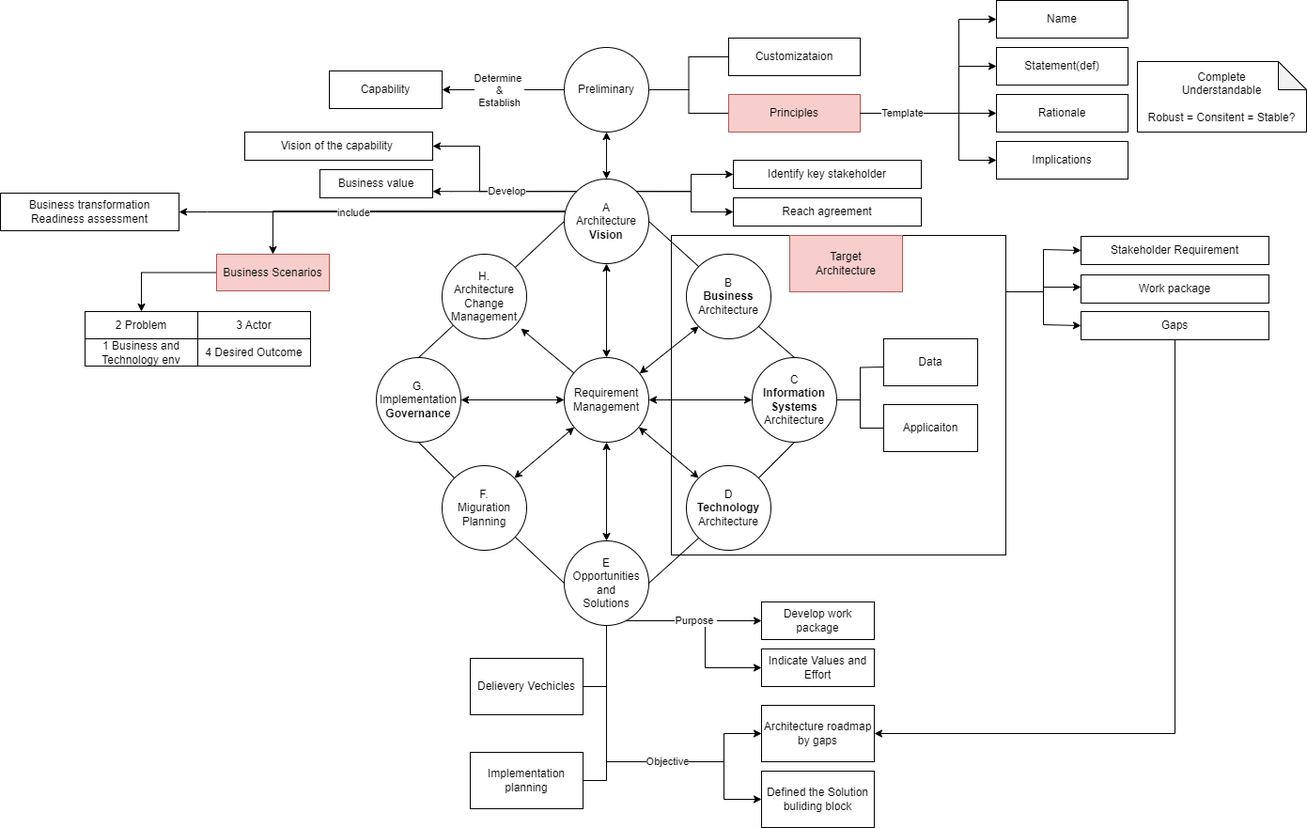
Before: drawio/Togaf/adm.drawio.png, a diagram exported from draw.io (cmkam/architecture). Source tidied: cells renumbered, new cells last; positions are measured from the earlier drawing's top-left corner, leaving out a move shared by most shapes.
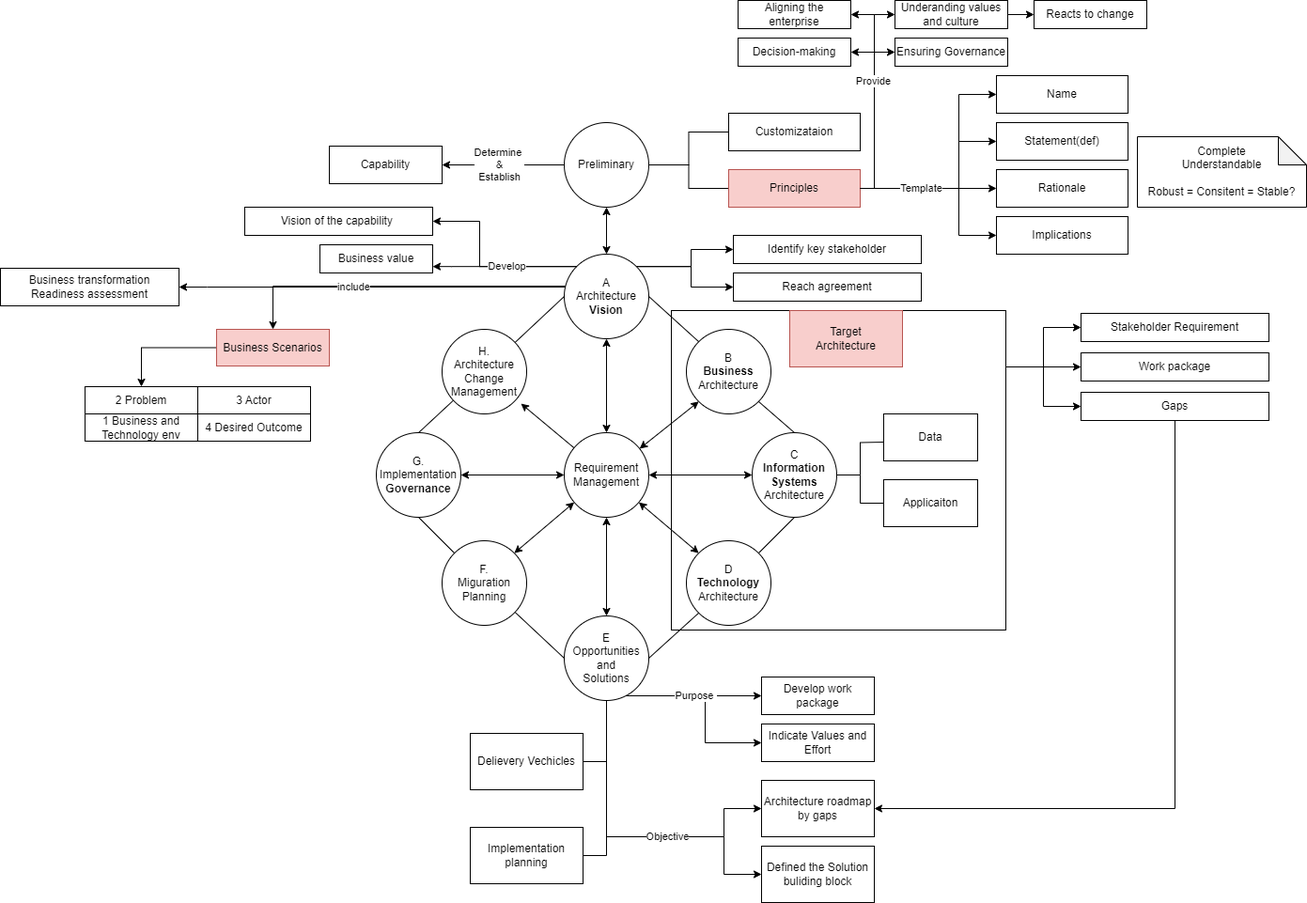
Above is the later version.

What changed in the source:
```diff
@@ -2,30 +2,6 @@
   <root>
     <mxCell id="0" />
     <mxCell id="1" value="area" parent="0" />
-    <mxCell id="2" style="edgeStyle=orthogonalEdgeStyle;rounded=0;jettySize=auto;html=1;entryX=0;entryY=0.5;entryDx=0;entryDy=0;" parent="1" edge="1" source="5" target="69">
-      <mxGeometry relative="1" as="geometry">
-        <Array as="points">
-          <mxPoint x="1110" y="310" />
-          <mxPoint x="1110" y="265" />
-        </Array>
-      </mxGeometry>
-    </mxCell>
-    <mxCell id="3" style="edgeStyle=orthogonalEdgeStyle;rounded=0;jettySize=auto;html=1;" parent="1" edge="1" source="5" target="71">
-      <mxGeometry relative="1" as="geometry">
-        <Array as="points">
-          <mxPoint x="1110" y="310" />
-          <mxPoint x="1110" y="305" />
-        </Array>
-      </mxGeometry>
-    </mxCell>
-    <mxCell id="4" style="edgeStyle=orthogonalEdgeStyle;rounded=0;jettySize=auto;html=1;entryX=0;entryY=0.5;entryDx=0;entryDy=0;" parent="1" edge="1" source="5" target="70">
-      <mxGeometry relative="1" as="geometry">
-        <Array as="points">
-          <mxPoint x="1110" y="310" />
-          <mxPoint x="1110" y="345" />
-        </Array>
-      </mxGeometry>
-    </mxCell>
     <mxCell id="5" style="rounded=0;whiteSpace=wrap;html=1;" parent="1" vertex="1">
       <mxGeometry x="714" y="250" width="356" height="340" as="geometry" />
     </mxCell>
@@ -47,13 +23,6 @@
     <mxCell id="9" value="Defined the Solution buliding block" style="rounded=0;whiteSpace=wrap;html=1;" parent="1" vertex="1">
       <mxGeometry x="810" y="820" width="120" height="60" as="geometry" />
     </mxCell>
-    <mxCell id="10" style="edgeStyle=orthogonalEdgeStyle;rounded=0;jettySize=auto;html=1;entryX=1;entryY=0.5;entryDx=0;entryDy=0;" parent="1" edge="1" source="70" target="7">
-      <mxGeometry relative="1" as="geometry">
-        <Array as="points">
-          <mxPoint x="1250" y="780" />
-        </Array>
-      </mxGeometry>
-    </mxCell>
     <mxCell id="11" value="Develop work package" style="rounded=0;whiteSpace=wrap;html=1;" parent="1" vertex="1">
       <mxGeometry x="810" y="640" width="120" height="40" as="geometry" />
     </mxCell>
@@ -247,6 +216,41 @@
     <mxCell id="59" value="Requirement&lt;br&gt;Management" style="ellipse;whiteSpace=wrap;html=1;" parent="14" vertex="1">
       <mxGeometry x="600" y="380" width="90" height="90" as="geometry" />
     </mxCell>
+    <mxCell id="89" style="edgeStyle=orthogonalEdgeStyle;rounded=0;jettySize=auto;html=1;entryX=1;entryY=0.5;entryDx=0;entryDy=0;" parent="14" edge="1" source="60" target="94">
+      <mxGeometry relative="1" as="geometry">
+        <Array as="points">
+          <mxPoint x="930" y="120" />
+          <mxPoint x="930" y="-25" />
+        </Array>
+      </mxGeometry>
+    </mxCell>
+    <mxCell id="90" style="edgeStyle=orthogonalEdgeStyle;rounded=0;jettySize=auto;html=1;entryX=1;entryY=0.5;entryDx=0;entryDy=0;" parent="14" edge="1" source="60" target="95">
+      <mxGeometry relative="1" as="geometry">
+        <Array as="points">
+          <mxPoint x="930" y="120" />
+          <mxPoint x="930" y="-65" />
+        </Array>
+      </mxGeometry>
+    </mxCell>
+    <mxCell id="91" style="edgeStyle=orthogonalEdgeStyle;rounded=0;jettySize=auto;html=1;entryX=0;entryY=0.5;entryDx=0;entryDy=0;" parent="14" edge="1" source="60" target="96">
+      <mxGeometry relative="1" as="geometry">
+        <Array as="points">
+          <mxPoint x="930" y="120" />
+          <mxPoint x="930" y="-25" />
+        </Array>
+      </mxGeometry>
+    </mxCell>
+    <mxCell id="92" style="edgeStyle=orthogonalEdgeStyle;rounded=0;jettySize=auto;html=1;entryX=0;entryY=0.5;entryDx=0;entryDy=0;" parent="14" edge="1" source="60" target="98">
+      <mxGeometry relative="1" as="geometry">
+        <Array as="points">
+          <mxPoint x="930" y="120" />
+          <mxPoint x="930" y="-65" />
+        </Array>
+      </mxGeometry>
+    </mxCell>
+    <mxCell id="93" value="Provide" style="edgeLabel;html=1;align=center;verticalAlign=middle;" parent="92" vertex="1">
+      <mxGeometry x="0.17" y="1" relative="1" as="geometry" />
+    </mxCell>
     <mxCell id="60" value="Principles" style="rounded=0;whiteSpace=wrap;html=1;fillColor=#f8cecc;strokeColor=#b85450;" parent="14" vertex="1">
       <mxGeometry x="775" y="100" width="140" height="40" as="geometry" />
     </mxCell>
@@ -275,13 +279,13 @@
       <mxGeometry x="780" y="210" width="200" height="30" as="geometry" />
     </mxCell>
     <mxCell id="69" value="Stakeholder Requirement" style="rounded=0;whiteSpace=wrap;html=1;" parent="14" vertex="1">
-      <mxGeometry x="1150" y="251" width="200" height="30" as="geometry" />
+      <mxGeometry x="1150" y="253" width="200" height="30" as="geometry" />
     </mxCell>
     <mxCell id="70" value="Gaps" style="rounded=0;whiteSpace=wrap;html=1;" parent="14" vertex="1">
-      <mxGeometry x="1150" y="331" width="200" height="30" as="geometry" />
+      <mxGeometry x="1150" y="337" width="200" height="30" as="geometry" />
     </mxCell>
     <mxCell id="71" value="Work package" style="rounded=0;whiteSpace=wrap;html=1;" parent="14" vertex="1">
-      <mxGeometry x="1150" y="292" width="200" height="30" as="geometry" />
+      <mxGeometry x="1150" y="295" width="200" height="30" as="geometry" />
     </mxCell>
     <mxCell id="72" style="jettySize=auto;html=1;entryX=0;entryY=0;entryDx=0;entryDy=0;endArrow=none;endFill=0;rounded=0;exitX=1;exitY=0.5;exitDx=0;exitDy=0;" parent="14" edge="1" source="26" target="29">
       <mxGeometry relative="1" as="geometry" />
@@ -318,7 +322,7 @@
       </mxGeometry>
     </mxCell>
     <mxCell id="80" value="Template" style="edgeStyle=orthogonalEdgeStyle;rounded=0;jettySize=auto;html=1;entryX=0;entryY=0.5;entryDx=0;entryDy=0;" parent="14" edge="1" source="60" target="73">
-      <mxGeometry x="-0.54" relative="1" as="geometry">
+      <mxGeometry x="-0.33" relative="1" as="geometry">
         <Array as="points">
           <mxPoint x="1020" y="120" />
           <mxPoint x="1020" y="70" />
@@ -349,5 +353,53 @@
     <mxCell id="88" value="Business transformation &lt;br&gt;Readiness assessment" style="rounded=0;whiteSpace=wrap;html=1;" parent="14" vertex="1">
       <mxGeometry y="205" width="190" height="40" as="geometry" />
     </mxCell>
+    <mxCell id="10" style="edgeStyle=orthogonalEdgeStyle;rounded=0;jettySize=auto;html=1;entryX=1;entryY=0.5;entryDx=0;entryDy=0;" parent="14" edge="1" source="70" target="7">
+      <mxGeometry relative="1" as="geometry">
+        <Array as="points">
+          <mxPoint x="1250" y="780" />
+        </Array>
+      </mxGeometry>
+    </mxCell>
+    <mxCell id="4" style="edgeStyle=orthogonalEdgeStyle;rounded=0;jettySize=auto;html=1;entryX=0;entryY=0.5;entryDx=0;entryDy=0;" parent="14" edge="1" source="5" target="70">
+      <mxGeometry relative="1" as="geometry">
+        <Array as="points">
+          <mxPoint x="1110" y="310" />
+          <mxPoint x="1110" y="352" />
+        </Array>
+      </mxGeometry>
+    </mxCell>
+    <mxCell id="3" style="edgeStyle=orthogonalEdgeStyle;rounded=0;jettySize=auto;html=1;entryX=0;entryY=0.5;entryDx=0;entryDy=0;" parent="14" edge="1" source="5" target="71">
+      <mxGeometry relative="1" as="geometry">
+        <Array as="points">
+          <mxPoint x="1150" y="310" />
+        </Array>
+      </mxGeometry>
+    </mxCell>
+    <mxCell id="2" style="edgeStyle=orthogonalEdgeStyle;rounded=0;jettySize=auto;html=1;entryX=0;entryY=0.5;entryDx=0;entryDy=0;" parent="14" edge="1" source="5" target="69">
+      <mxGeometry relative="1" as="geometry">
+        <Array as="points">
+          <mxPoint x="1110" y="310" />
+          <mxPoint x="1110" y="268" />
+        </Array>
+      </mxGeometry>
+    </mxCell>
+    <mxCell id="94" value="Decision-making" style="rounded=0;whiteSpace=wrap;html=1;" parent="14" vertex="1">
+      <mxGeometry x="785" y="-40" width="120" height="30" as="geometry" />
+    </mxCell>
+    <mxCell id="95" value="Aligning the enterprise" style="rounded=0;whiteSpace=wrap;html=1;" parent="14" vertex="1">
+      <mxGeometry x="785" y="-80" width="120" height="30" as="geometry" />
+    </mxCell>
+    <mxCell id="96" value="Ensuring Governance" style="rounded=0;whiteSpace=wrap;html=1;" parent="14" vertex="1">
+      <mxGeometry x="952" y="-40" width="120" height="30" as="geometry" />
+    </mxCell>
+    <mxCell id="97" style="edgeStyle=orthogonalEdgeStyle;rounded=0;jettySize=auto;html=1;entryX=0;entryY=0.5;entryDx=0;entryDy=0;" parent="14" edge="1" source="98" target="99">
+      <mxGeometry relative="1" as="geometry" />
+    </mxCell>
+    <mxCell id="98" value="Underanding values and culture" style="rounded=0;whiteSpace=wrap;html=1;" parent="14" vertex="1">
+      <mxGeometry x="952" y="-80" width="120" height="30" as="geometry" />
+    </mxCell>
+    <mxCell id="99" value="Reacts to change" style="rounded=0;whiteSpace=wrap;html=1;" parent="14" vertex="1">
+      <mxGeometry x="1100" y="-80" width="120" height="30" as="geometry" />
+    </mxCell>
   </root>
 </mxGraphModel>
```
